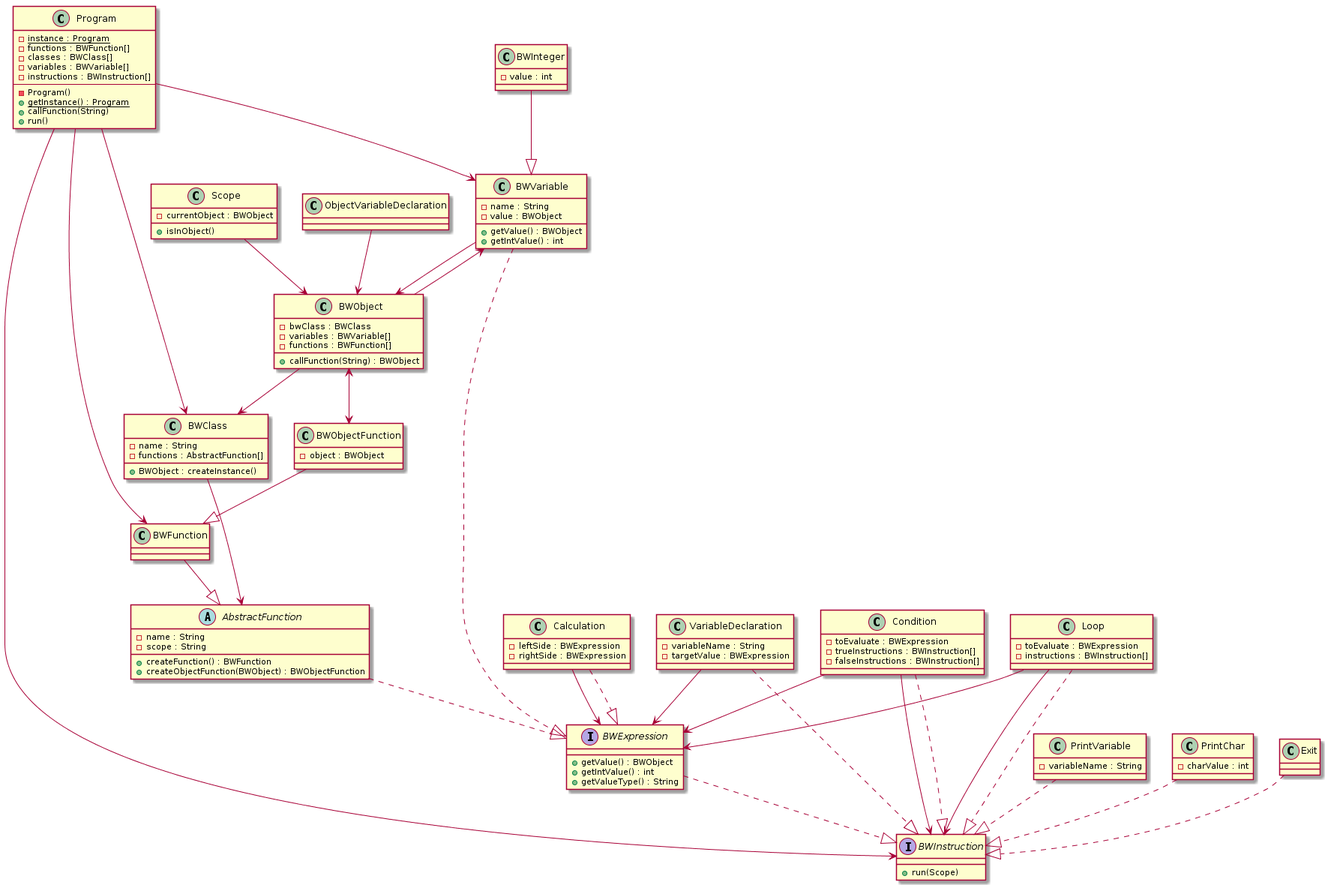
This is doc/uml/complete.png from Dedda/bratwurst, a PlantUML export, as it was before one commit.
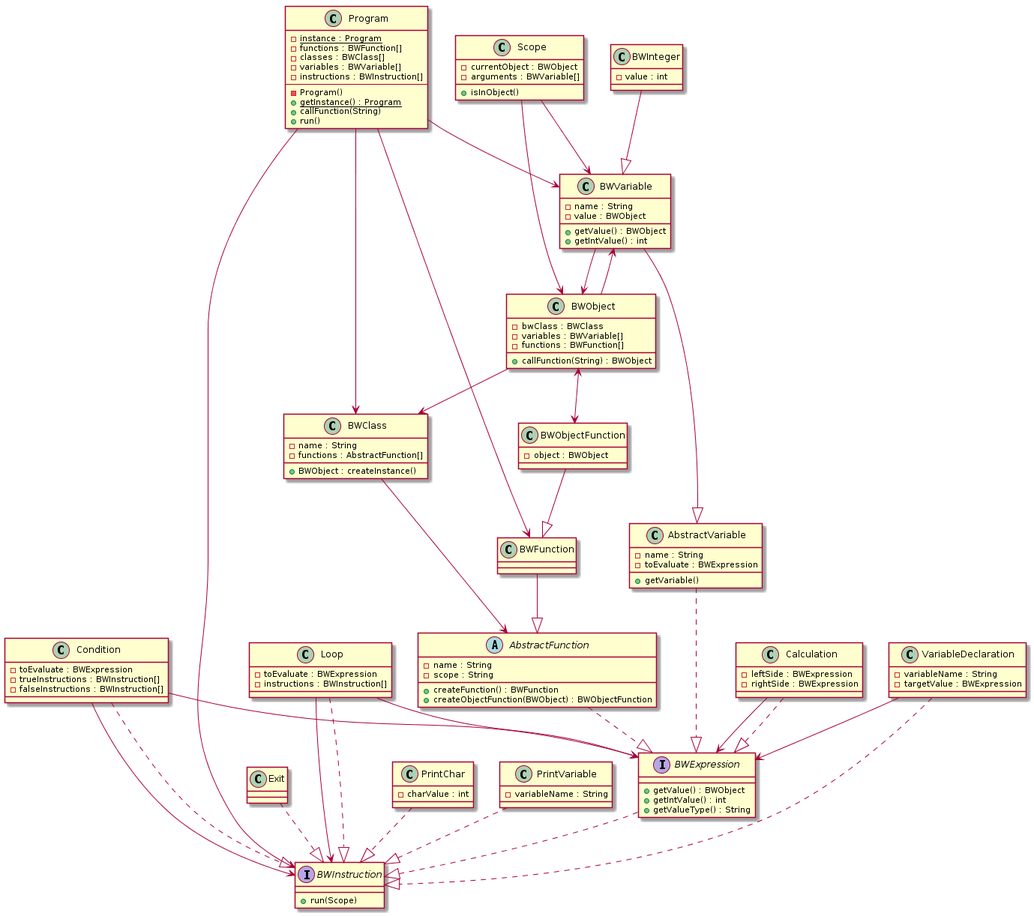
Later version of the same file.

The edit, as a diff of the source:
```diff
@@ -1,5 +1,70 @@
 @startuml
 
+abstract class AbstractFunction {
+    - name : String
+    - scope : String
+    + createFunction() : BWFunction
+    + createObjectFunction(BWObject) : BWObjectFunction
+}
+class AbstractVariable {
+    - name : String
+    - toEvaluate : BWExpression
+    + getVariable()
+}
+class BWClass {
+    - name : String
+    - functions : AbstractFunction[]
+    + BWObject : createInstance()
+}
+interface BWExpression {
+    + getValue() : BWObject
+    + getIntValue() : int
+    + getValueType() : String
+}
+interface BWInstruction {
+    + run(Scope)
+}
+class BWFunction {
+}
+class BWInteger {
+    - value : int
+}
+class BWObject {
+    - bwClass : BWClass
+    - variables : BWVariable[]
+    - functions : BWFunction[]
+    + callFunction(String) : BWObject
+}
+class BWObjectFunction {
+    - object : BWObject
+}
+class BWVariable {
+    - name : String
+    - value : BWObject
+    + getValue() : BWObject
+    + getIntValue() : int
+}
+class Calculation {
+    - leftSide : BWExpression
+    - rightSide : BWExpression
+}
+class Condition {
+    - toEvaluate : BWExpression
+    - trueInstructions : BWInstruction[]
+    - falseInstructions : BWInstruction[]
+}
+class Exit {
+}
+class Loop {
+    - toEvaluate : BWExpression
+    - instructions : BWInstruction[]
+}
+class PrintChar {
+    - charValue : int
+}
+class PrintVariable {
+    - variableName : String
+}
 class Program {
     - {static} instance : Program
     - functions : BWFunction[]
@@ -12,91 +77,14 @@
     + callFunction(String)
     + run()
 }
-
 class Scope {
     - currentObject : BWObject
+    - arguments : BWVariable[]
     + isInObject()
 }
-
-interface BWInstruction {
-    + run(Scope)
-}
-
-interface BWExpression {
-    + getValue() : BWObject
-    + getIntValue() : int
-    + getValueType() : String
-}
-
-abstract class AbstractFunction {
-    - name : String
-    - scope : String
-    + createFunction() : BWFunction
-    + createObjectFunction(BWObject) : BWObjectFunction
-}
-
-class BWFunction {
-}
-
-class BWObjectFunction {
-    - object : BWObject
-}
-
-class BWClass {
-    - name : String
-    - functions : AbstractFunction[]
-    + BWObject : createInstance()
-}
-
-class BWObject {
-    - bwClass : BWClass
-    - variables : BWVariable[]
-    - functions : BWFunction[]
-    + callFunction(String) : BWObject
-}
-
-class BWVariable {
-    - name : String
-    - value : BWObject
-    + getValue() : BWObject
-    + getIntValue() : int
-}
-
-class BWInteger {
-    - value : int
-}
-
 class VariableDeclaration {
     - variableName : String
     - targetValue : BWExpression
-}
-
-class PrintVariable {
-    - variableName : String
-}
-
-class PrintChar {
-    - charValue : int
-}
-
-class Calculation {
-    - leftSide : BWExpression
-    - rightSide : BWExpression
-}
-
-class Exit {
-
-}
-
-class Condition {
-    - toEvaluate : BWExpression
-    - trueInstructions : BWInstruction[]
-    - falseInstructions : BWInstruction[]
-}
-
-class Loop {
-    - toEvaluate : BWExpression
-    - instructions : BWInstruction[]
 }
 
 Program --> BWFunction
@@ -105,6 +93,7 @@
 Program --> BWInstruction
 
 Scope --> BWObject
+Scope --> BWVariable
 
 BWClass --> AbstractFunction
 
@@ -115,7 +104,6 @@
 BWVariable --> BWObject
 
 VariableDeclaration --> BWExpression
-ObjectVariableDeclaration --> BWObject
 
 Calculation --> BWExpression
 
@@ -129,7 +117,8 @@
 AbstractFunction ..|> BWExpression
 BWFunction --|> AbstractFunction
 BWObjectFunction --|> BWFunction
-BWVariable ..|> BWExpression
+AbstractVariable ..|> BWExpression
+BWVariable --|> AbstractVariable
 BWInteger --|> BWVariable
 
 Calculation ..|> BWExpression
```
